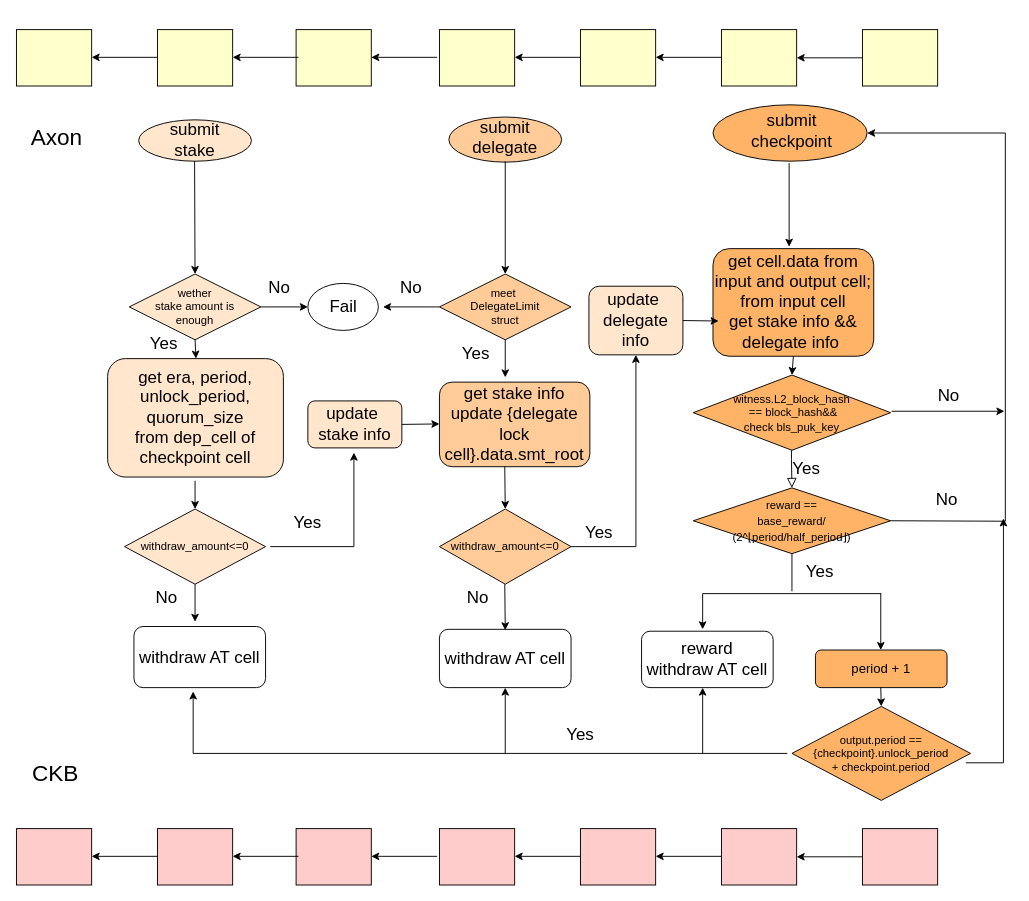
This is 侧链协议流程图.drawio from hongda3141/learngit, a draw.io file, before an edit. Source tidied: cells renumbered, new cells numbered last; positions are measured from the earlier drawing's top-left corner, leaving out a move shared by most shapes. Both pictures are drawn from the tidied source at 94%, with x=0, y=0 at pixel (16, 29).
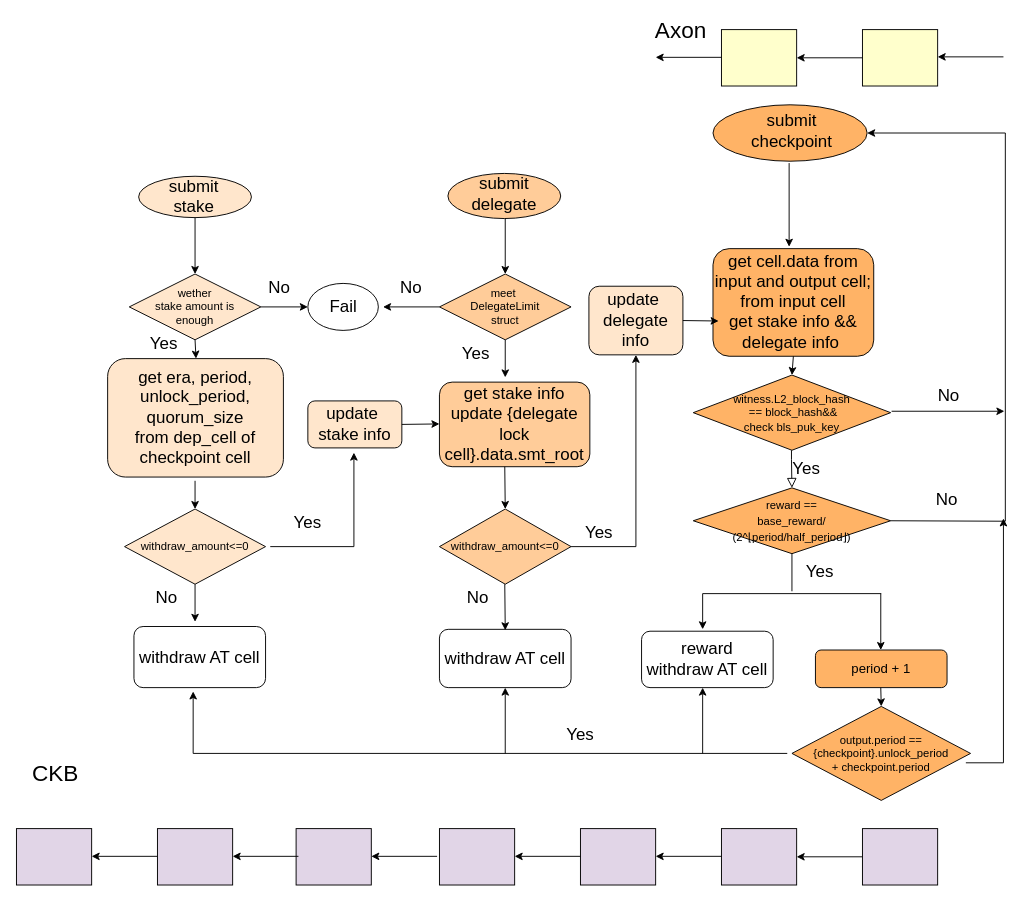
The same diagram, later.

Commit message:
更新侧链协议流程图.drawio

The change refers to these unchanged cells:
```xml
<mxCell id="22" value="meet&amp;nbsp;&lt;br&gt;DelegateLimit&lt;br&gt;struct" style="rhombus;whiteSpace=wrap;html=1;rounded=0;fontFamily=Helvetica;fontSize=12;fontColor=default;fillColor=#FFCC99;gradientColor=none;" parent="1" vertex="1">
  <mxGeometry x="450" y="260" width="140" height="70" as="geometry" />
</mxCell>
```

What changed in the source:
```diff
@@
     <mxCell id="9" style="ellipse;whiteSpace=wrap;html=1;rounded=0;fontFamily=Helvetica;fontSize=12;fontColor=default;fillColor=#FFE6CC;gradientColor=none;" parent="1" vertex="1">
-      <mxGeometry x="130" y="96" width="120" height="44" as="geometry" />
+      <mxGeometry x="130" y="156" width="120" height="44" as="geometry" />
     </mxCell>
     <mxCell id="10" value="&lt;font style=&quot;font-size: 18px;&quot;&gt;submit&lt;br&gt;stake&lt;/font&gt;" style="text;strokeColor=none;align=center;fillColor=none;html=1;verticalAlign=middle;whiteSpace=wrap;rounded=0;fontSize=12;fontFamily=Helvetica;fontColor=default;" parent="1" vertex="1">
-      <mxGeometry x="160" y="100" width="60" height="35" as="geometry" />
+      <mxGeometry x="159" y="160" width="60" height="35" as="geometry" />
     </mxCell>
@@
     <mxCell id="13" style="ellipse;whiteSpace=wrap;html=1;rounded=0;fontFamily=Helvetica;fontSize=12;fontColor=default;fillColor=#FFCC99;gradientColor=none;" parent="1" vertex="1">
-      <mxGeometry x="460" y="93" width="120" height="48" as="geometry" />
+      <mxGeometry x="459" y="153" width="120" height="48" as="geometry" />
     </mxCell>
     <mxCell id="14" value="&lt;font style=&quot;font-size: 18px;&quot;&gt;submit&lt;br&gt;delegate&lt;/font&gt;" style="text;strokeColor=none;align=center;fillColor=none;html=1;verticalAlign=middle;whiteSpace=wrap;rounded=0;fontSize=12;fontFamily=Helvetica;fontColor=default;" parent="1" vertex="1">
-      <mxGeometry x="490" y="97.5" width="60" height="35" as="geometry" />
+      <mxGeometry x="489" y="157.5" width="60" height="35" as="geometry" />
     </mxCell>
@@
     <mxCell id="23" style="endArrow=classic;html=1;rounded=0;fontFamily=Helvetica;fontSize=12;fontColor=default;entryX=0.5;entryY=0;entryDx=0;entryDy=0;" parent="1" edge="1" target="22">
       <mxGeometry relative="1" as="geometry">
-        <mxPoint x="520" y="140" as="sourcePoint" />
+        <mxPoint x="520" y="201" as="sourcePoint" />
       </mxGeometry>
     </mxCell>
-    <mxCell id="24" style="endArrow=classic;html=1;rounded=0;fontFamily=Helvetica;fontSize=12;fontColor=default;entryX=0.5;entryY=0;entryDx=0;entryDy=0;" parent="1" edge="1">
+    <mxCell id="24" style="endArrow=classic;html=1;rounded=0;fontFamily=Helvetica;fontSize=12;fontColor=default;entryX=0.5;entryY=0;entryDx=0;entryDy=0;exitX=0.5;exitY=1;exitDx=0;exitDy=0;" parent="1" edge="1" source="9">
       <mxGeometry relative="1" as="geometry">
-        <mxPoint x="189.5" y="140" as="sourcePoint" />
         <mxPoint x="190" y="260" as="targetPoint" />
       </mxGeometry>
     </mxCell>
@@
-    <mxCell id="35" style="rounded=0;whiteSpace=wrap;html=1;fontFamily=Helvetica;fontSize=12;fontColor=default;fillColor=#FFFFCC;gradientColor=none;" parent="1" vertex="1">
-      <mxGeometry width="80" height="60" as="geometry" />
-    </mxCell>
-    <mxCell id="36" style="rounded=0;whiteSpace=wrap;html=1;fontFamily=Helvetica;fontSize=12;fontColor=default;fillColor=#FFFFCC;gradientColor=none;" parent="1" vertex="1">
-      <mxGeometry x="150" width="80" height="60" as="geometry" />
-    </mxCell>
-    <mxCell id="37" style="rounded=0;whiteSpace=wrap;html=1;fontFamily=Helvetica;fontSize=12;fontColor=default;fillColor=#FFFFCC;gradientColor=none;" parent="1" vertex="1">
-      <mxGeometry x="297.5" width="80" height="60" as="geometry" />
-    </mxCell>
-    <mxCell id="38" style="rounded=0;whiteSpace=wrap;html=1;fontFamily=Helvetica;fontSize=12;fontColor=default;fillColor=#FFFFCC;gradientColor=none;" parent="1" vertex="1">
-      <mxGeometry x="450" width="80" height="60" as="geometry" />
-    </mxCell>
-    <mxCell id="39" style="rounded=0;whiteSpace=wrap;html=1;fontFamily=Helvetica;fontSize=12;fontColor=default;fillColor=#FFFFCC;gradientColor=none;" parent="1" vertex="1">
-      <mxGeometry x="600" width="80" height="60" as="geometry" />
-    </mxCell>
@@
-    <mxCell id="42" style="endArrow=classic;html=1;rounded=0;fontFamily=Helvetica;fontSize=12;fontColor=default;" parent="1" edge="1">
-      <mxGeometry relative="1" as="geometry">
-        <mxPoint x="150" y="29.5" as="sourcePoint" />
-        <mxPoint x="80" y="29.5" as="targetPoint" />
-      </mxGeometry>
-    </mxCell>
-    <mxCell id="43" style="endArrow=classic;html=1;rounded=0;fontFamily=Helvetica;fontSize=12;fontColor=default;" parent="1" edge="1">
-      <mxGeometry relative="1" as="geometry">
-        <mxPoint x="300" y="29.5" as="sourcePoint" />
-        <mxPoint x="230" y="29.5" as="targetPoint" />
-      </mxGeometry>
-    </mxCell>
-    <mxCell id="44" style="endArrow=classic;html=1;rounded=0;fontFamily=Helvetica;fontSize=12;fontColor=default;" parent="1" edge="1">
-      <mxGeometry relative="1" as="geometry">
-        <mxPoint x="447.5" y="29.5" as="sourcePoint" />
-        <mxPoint x="377.5" y="29.5" as="targetPoint" />
-      </mxGeometry>
-    </mxCell>
-    <mxCell id="45" style="endArrow=classic;html=1;rounded=0;fontFamily=Helvetica;fontSize=12;fontColor=default;" parent="1" edge="1">
-      <mxGeometry relative="1" as="geometry">
-        <mxPoint x="600" y="29.5" as="sourcePoint" />
-        <mxPoint x="530" y="29.5" as="targetPoint" />
-      </mxGeometry>
-    </mxCell>
@@
     <mxCell id="48" value="&lt;font style=&quot;font-size: 24px;&quot;&gt;Axon&lt;/font&gt;" style="text;strokeColor=none;align=center;fillColor=none;html=1;verticalAlign=middle;whiteSpace=wrap;rounded=0;fontSize=12;fontFamily=Helvetica;fontColor=default;" parent="1" vertex="1">
-      <mxGeometry x="13" y="100" width="60" height="30" as="geometry" />
+      <mxGeometry x="677" y="-14" width="60" height="30" as="geometry" />
     </mxCell>
-    <mxCell id="49" style="rounded=0;whiteSpace=wrap;html=1;fontFamily=Helvetica;fontSize=12;fontColor=default;fillColor=#FFCCCC;gradientColor=none;" parent="1" vertex="1">
+    <mxCell id="49" style="rounded=0;whiteSpace=wrap;html=1;fontFamily=Helvetica;fontSize=12;fontColor=default;fillColor=#E1D5E7;gradientColor=none;" parent="1" vertex="1">
       <mxGeometry y="850" width="80" height="60" as="geometry" />
     </mxCell>
-    <mxCell id="50" style="rounded=0;whiteSpace=wrap;html=1;fontFamily=Helvetica;fontSize=12;fontColor=default;fillColor=#FFCCCC;gradientColor=none;" parent="1" vertex="1">
+    <mxCell id="50" style="rounded=0;whiteSpace=wrap;html=1;fontFamily=Helvetica;fontSize=12;fontColor=default;fillColor=#E1D5E7;gradientColor=none;" parent="1" vertex="1">
       <mxGeometry x="150" y="850" width="80" height="60" as="geometry" />
     </mxCell>
-    <mxCell id="51" style="rounded=0;whiteSpace=wrap;html=1;fontFamily=Helvetica;fontSize=12;fontColor=default;fillColor=#FFCCCC;gradientColor=none;" parent="1" vertex="1">
+    <mxCell id="51" style="rounded=0;whiteSpace=wrap;html=1;fontFamily=Helvetica;fontSize=12;fontColor=default;fillColor=#E1D5E7;gradientColor=none;" parent="1" vertex="1">
       <mxGeometry x="297.5" y="850" width="80" height="60" as="geometry" />
     </mxCell>
-    <mxCell id="52" style="rounded=0;whiteSpace=wrap;html=1;fontFamily=Helvetica;fontSize=12;fontColor=default;fillColor=#FFCCCC;gradientColor=none;" parent="1" vertex="1">
+    <mxCell id="52" style="rounded=0;whiteSpace=wrap;html=1;fontFamily=Helvetica;fontSize=12;fontColor=default;fillColor=#E1D5E7;gradientColor=none;" parent="1" vertex="1">
       <mxGeometry x="450" y="850" width="80" height="60" as="geometry" />
     </mxCell>
-    <mxCell id="53" style="rounded=0;whiteSpace=wrap;html=1;fontFamily=Helvetica;fontSize=12;fontColor=default;fillColor=#FFCCCC;gradientColor=none;" parent="1" vertex="1">
+    <mxCell id="53" style="rounded=0;whiteSpace=wrap;html=1;fontFamily=Helvetica;fontSize=12;fontColor=default;fillColor=#E1D5E7;gradientColor=none;" parent="1" vertex="1">
       <mxGeometry x="600" y="850" width="80" height="60" as="geometry" />
     </mxCell>
-    <mxCell id="54" style="rounded=0;whiteSpace=wrap;html=1;fontFamily=Helvetica;fontSize=12;fontColor=default;fillColor=#FFCCCC;gradientColor=none;" parent="1" vertex="1">
+    <mxCell id="54" style="rounded=0;whiteSpace=wrap;html=1;fontFamily=Helvetica;fontSize=12;fontColor=default;fillColor=#E1D5E7;gradientColor=none;" parent="1" vertex="1">
       <mxGeometry x="750" y="850" width="80" height="60" as="geometry" />
     </mxCell>
-    <mxCell id="55" style="rounded=0;whiteSpace=wrap;html=1;fontFamily=Helvetica;fontSize=12;fontColor=default;fillColor=#FFCCCC;gradientColor=none;" parent="1" vertex="1">
+    <mxCell id="55" style="rounded=0;whiteSpace=wrap;html=1;fontFamily=Helvetica;fontSize=12;fontColor=default;fillColor=#E1D5E7;gradientColor=none;" parent="1" vertex="1">
       <mxGeometry x="900" y="850" width="80" height="60" as="geometry" />
     </mxCell>
@@
+    <mxCell id="97" style="endArrow=classic;html=1;rounded=0;fontFamily=Helvetica;fontSize=12;fontColor=default;" parent="1" edge="1">
+      <mxGeometry relative="1" as="geometry">
+        <mxPoint x="1050" y="29" as="sourcePoint" />
+        <mxPoint x="980" y="29" as="targetPoint" />
+      </mxGeometry>
+    </mxCell>
```
